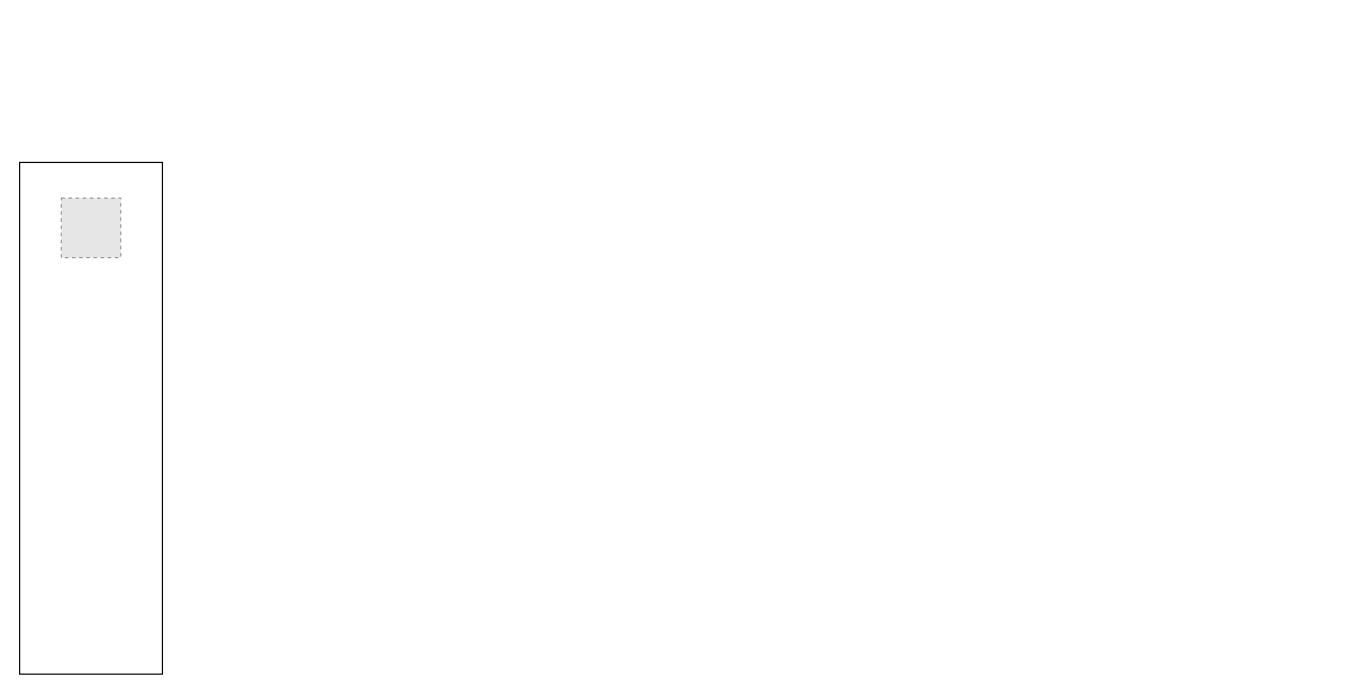
prevsenior/draw keeps this draw.io diagram as BCTransit.drawio. Above is the earlier version. Source tidied: cells renumbered, new cells numbered last; positions are measured from the earlier drawing's top-left corner, leaving out a move shared by most shapes. Both pictures are drawn from the tidied source at 119%, with x=0, y=0 at pixel (19, 162). Pictures stored in the file or linked from it are replaced by grey dashed boxes.
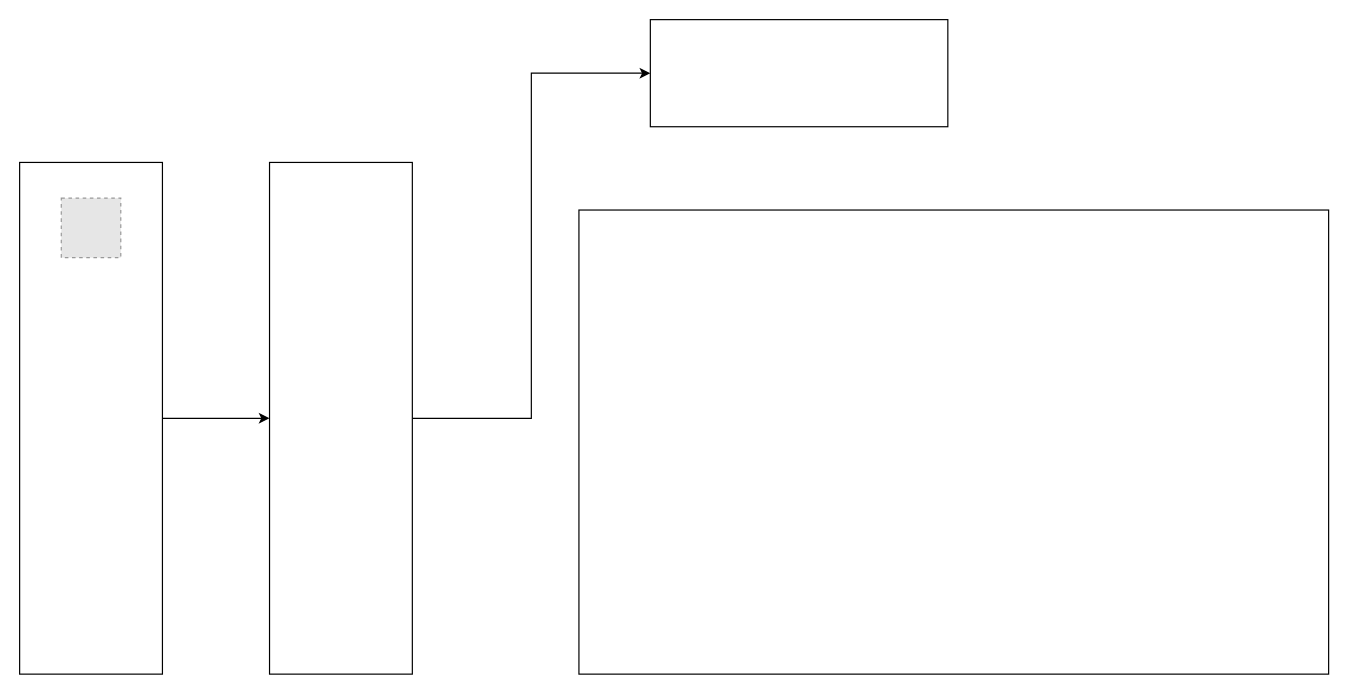
The same diagram, later.

What changed in the source:
```diff
@@
 <mxGraphModel>
   <root>
     <mxCell id="0" />
     <mxCell id="1" parent="0" />
+    <mxCell id="4" style="edgeStyle=orthogonalEdgeStyle;rounded=0;jettySize=auto;html=1;exitX=1;exitY=0.5;exitDx=0;exitDy=0;entryX=0;entryY=0.5;entryDx=0;entryDy=0;flowAnimation=1;" parent="1" edge="1" source="2" target="6">
+      <mxGeometry relative="1" as="geometry" />
+    </mxCell>
     <mxCell id="2" style="rounded=0;whiteSpace=wrap;html=1;" parent="1" vertex="1">
       <mxGeometry width="120" height="430" as="geometry" />
     </mxCell>
     <mxCell id="3" style="fillColor=#E6E6E6;strokeColor=#999999;dashed=1;verticalLabelPosition=bottom;verticalAlign=top;" parent="1" vertex="1">
       <mxGeometry x="35" y="30" width="50" height="50" as="geometry" />
     </mxCell>
+    <mxCell id="5" style="edgeStyle=orthogonalEdgeStyle;rounded=0;jettySize=auto;html=1;entryX=0;entryY=0.5;entryDx=0;entryDy=0;flowAnimation=1;" parent="1" edge="1" source="6" target="7">
+      <mxGeometry relative="1" as="geometry" />
+    </mxCell>
+    <mxCell id="6" style="rounded=0;whiteSpace=wrap;html=1;" parent="1" vertex="1">
+      <mxGeometry x="210" width="120" height="430" as="geometry" />
+    </mxCell>
+    <mxCell id="7" style="rounded=0;whiteSpace=wrap;html=1;" parent="1" vertex="1">
+      <mxGeometry x="530" y="-120" width="250" height="90" as="geometry" />
+    </mxCell>
+    <mxCell id="8" style="rounded=0;whiteSpace=wrap;html=1;" parent="1" vertex="1">
+      <mxGeometry x="470" y="40" width="630" height="390" as="geometry" />
+    </mxCell>
   </root>
 </mxGraphModel>
```
